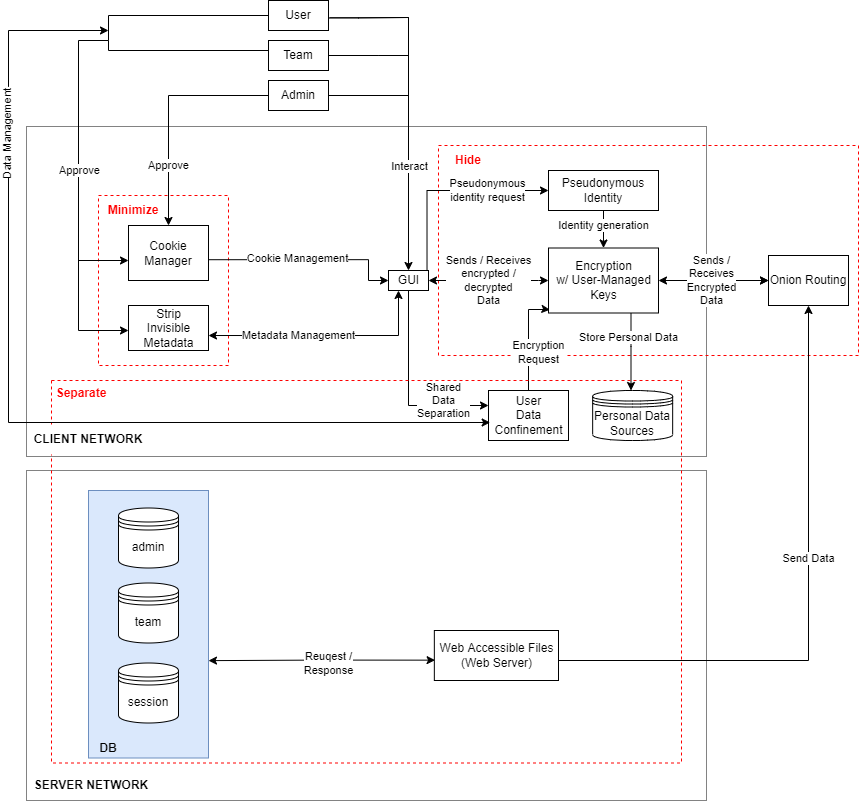
Before: Architectural_Requirements_Data_oriented.drawio.png, a diagram exported from draw.io (claudialorusso/CivicSense). Source tidied: cells renumbered, new cells last; positions are measured from the earlier drawing's top-left corner, leaving out a move shared by most shapes.
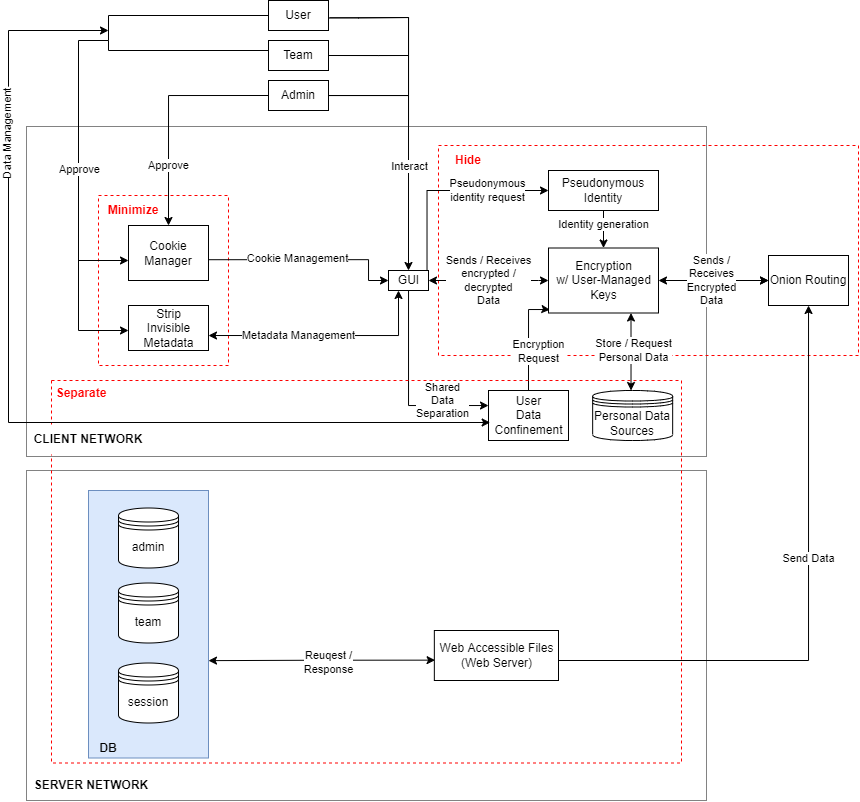
Later version of the same file.

Diff of the diagram source:
```diff
@@ -244,7 +244,7 @@
     <mxCell id="56" value="&lt;span style=&quot;&quot;&gt;Strip&lt;br&gt;Invisible&lt;br&gt;Metadata&lt;/span&gt;" style="html=1;" parent="1" vertex="1">
       <mxGeometry x="120" y="305" width="80" height="45" as="geometry" />
     </mxCell>
-    <mxCell id="57" style="edgeStyle=orthogonalEdgeStyle;rounded=0;jettySize=auto;html=1;endArrow=classic;endFill=1;exitX=0.75;exitY=1;exitDx=0;exitDy=0;" parent="1" edge="1" source="59" target="91">
+    <mxCell id="57" style="edgeStyle=orthogonalEdgeStyle;rounded=0;jettySize=auto;html=1;endArrow=classic;endFill=1;exitX=0.75;exitY=1;exitDx=0;exitDy=0;startArrow=classic;startFill=1;" parent="1" edge="1" source="59" target="91">
       <mxGeometry relative="1" as="geometry">
         <Array as="points">
           <mxPoint x="623" y="346" />
@@ -252,9 +252,9 @@
         </Array>
       </mxGeometry>
     </mxCell>
-    <mxCell id="58" value="Store Personal Data" style="edgeLabel;html=1;align=center;verticalAlign=middle;" parent="57" vertex="1">
+    <mxCell id="58" value="Store / Request&lt;br&gt;Personal Data" style="edgeLabel;html=1;align=center;verticalAlign=middle;" parent="57" vertex="1">
       <mxGeometry x="0.2" relative="1" as="geometry">
-        <mxPoint x="-3" y="-23" as="offset" />
+        <mxPoint x="2" y="-9" as="offset" />
       </mxGeometry>
     </mxCell>
     <mxCell id="59" value="Encryption&lt;br&gt;w/ User-Managed&lt;br&gt;Keys" style="html=1;" parent="1" vertex="1">
```
